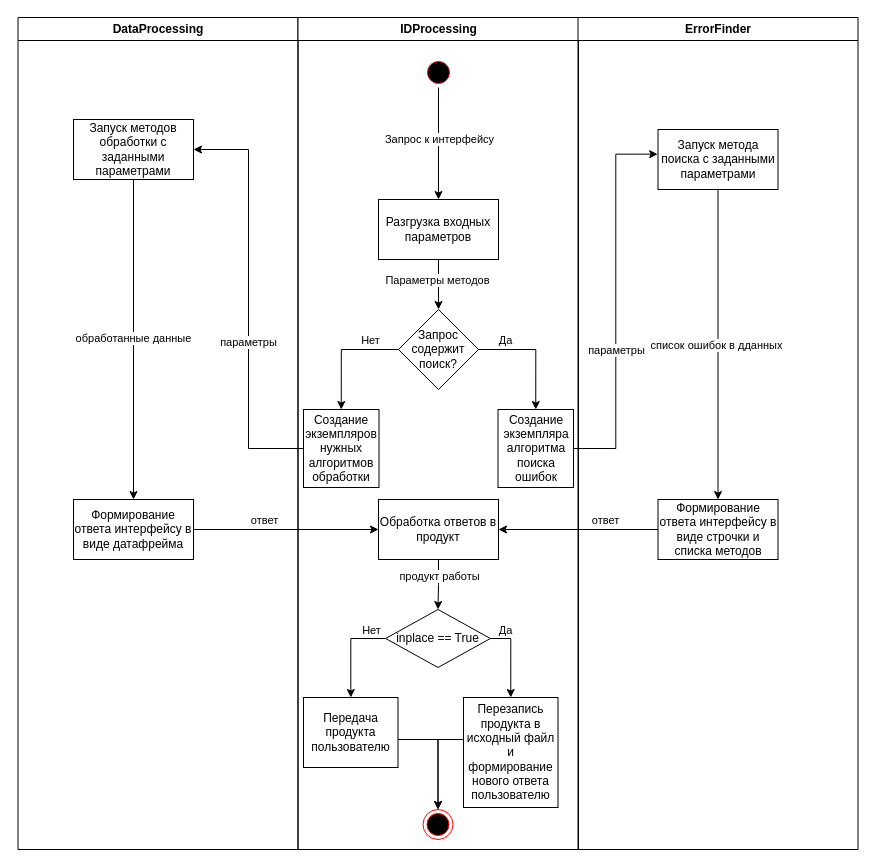
The draw.io diagram Analytics/Selection Script IM.drawio in Balots/DPro, before the edit. Source tidied: cells renumbered, new cells numbered last; positions are measured from the earlier drawing's top-left corner, leaving out a move shared by most shapes. Both pictures are drawn from the tidied source at 100%, with x=0, y=0 at pixel (17, 17).
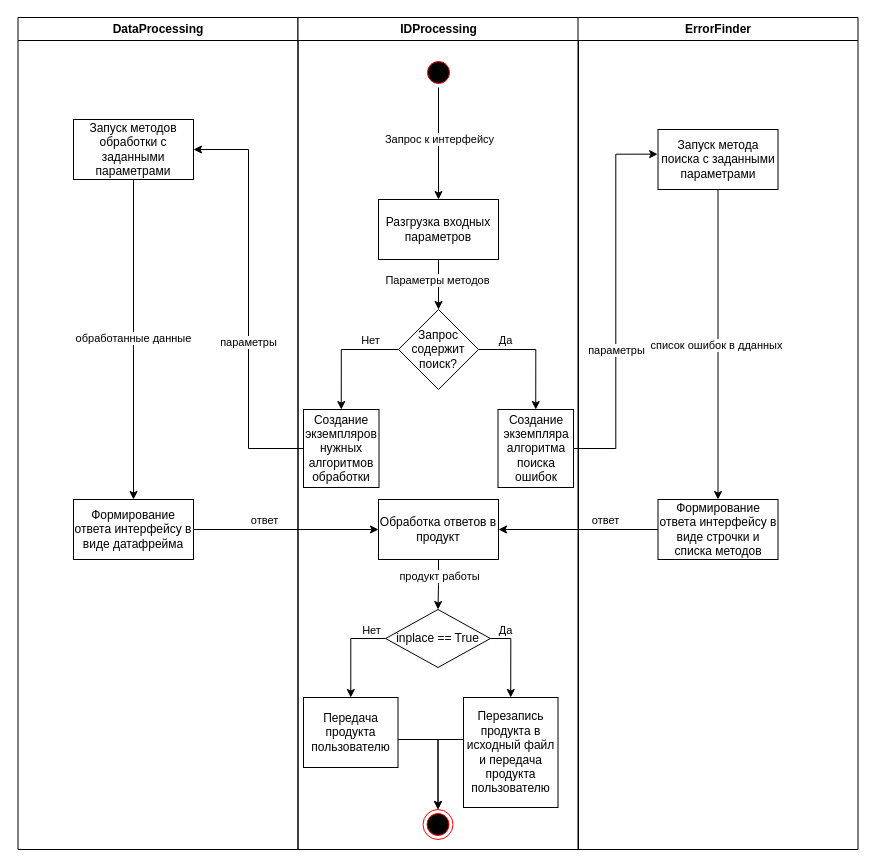
The same diagram, later.

Unchanged cells that the change refers to:
```xml
<mxCell id="7" value="IDProcessing" style="swimlane;whiteSpace=wrap;" parent="1" vertex="1">
  <mxGeometry x="280.5" width="280.5" height="832" as="geometry" />
</mxCell>
```

Change to the diagram source:
```diff
@@
-    <mxCell id="32" value="Перезапись продукта в исходный файл и формирование нового ответа пользователю" style="rounded=0;whiteSpace=wrap;html=1;" parent="7" vertex="1">
+    <mxCell id="32" value="Перезапись продукта в исходный файл и передача продукта пользователю" style="rounded=0;whiteSpace=wrap;html=1;" parent="7" vertex="1">
       <mxGeometry x="165.5" y="680" width="94.5" height="110" as="geometry" />
     </mxCell>
```
